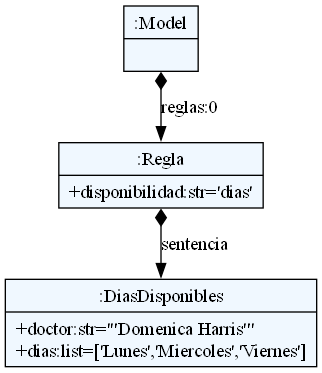
This is dsl/ast.png from Patrick-beep-ui/KURE, a Graphviz export, as it was before one commit. Its source is kept beside it as dsl/ast.dot.
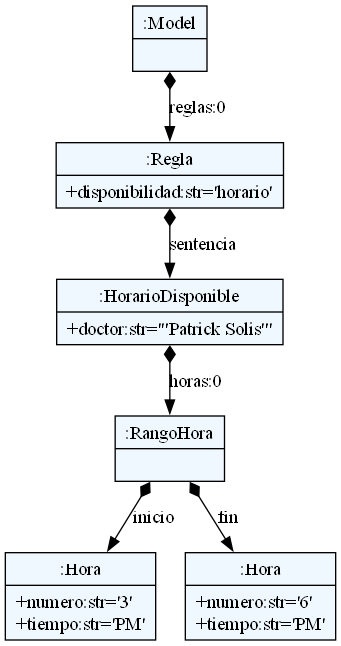
After the change.

Commit message:
Doctor Availability Rule

Diff of the diagram source:
```diff
@@ -10,10 +10,16 @@
     edge[dir=black,arrowtail=empty]
 
 
-2333639581312 -> 2333639581264 [label="reglas:0" arrowtail=diamond dir=both]
-2333639581264 -> 2333639581024 [label="sentencia" arrowtail=diamond dir=both]
-2333639581024[label="{:DiasDisponibles|+doctor:str='\"Domenica Harris\"'\l+dias:list=['Lunes','Miercoles','Viernes']\l}"]
-2333639581264[label="{:Regla|+disponibilidad:str='dias'\l}"]
-2333639581312[label="{:Model|}"]
+2567402167648 -> 2567402167984 [label="reglas:0" arrowtail=diamond dir=both]
+2567402167984 -> 2567402168032 [label="sentencia" arrowtail=diamond dir=both]
+2567402168032 -> 2567402168128 [label="horas:0" arrowtail=diamond dir=both]
+2567402168128 -> 2567402168224 [label="inicio" arrowtail=diamond dir=both]
+2567402168224[label="{:Hora|+numero:str='3'\l+tiempo:str='PM'\l}"]
+2567402168128 -> 2567402168272 [label="fin" arrowtail=diamond dir=both]
+2567402168272[label="{:Hora|+numero:str='6'\l+tiempo:str='PM'\l}"]
+2567402168128[label="{:RangoHora|}"]
+2567402168032[label="{:HorarioDisponible|+doctor:str='\"Patrick Solis\"'\l}"]
+2567402167984[label="{:Regla|+disponibilidad:str='horario'\l}"]
+2567402167648[label="{:Model|}"]
 
 }
```
